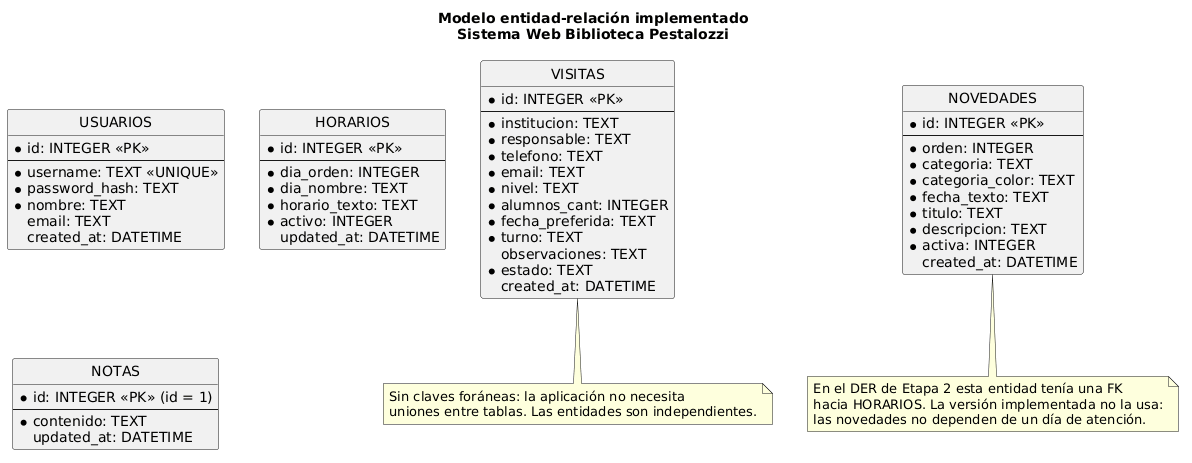
Before: docs/der/der-implementado.png, a diagram exported from PlantUML (hleopary/biblioteca-pestalozzi-web). Source of this version:
```plantuml
@startuml
hide circle
skinparam shadowing false
skinparam linetype ortho
title Modelo entidad-relación implementado\nSistema Web Biblioteca Pestalozzi

entity "USUARIOS" as usuarios {
  * id: INTEGER <<PK>>
  --
  * username: TEXT <<UNIQUE>>
  * password_hash: TEXT
  * nombre: TEXT
  email: TEXT
  created_at: DATETIME
}

entity "HORARIOS" as horarios {
  * id: INTEGER <<PK>>
  --
  * dia_orden: INTEGER
  * dia_nombre: TEXT
  * horario_texto: TEXT
  * activo: INTEGER
  updated_at: DATETIME
}

entity "VISITAS" as visitas {
  * id: INTEGER <<PK>>
  --
  * institucion: TEXT
  * responsable: TEXT
  * telefono: TEXT
  * email: TEXT
  * nivel: TEXT
  * alumnos_cant: INTEGER
  * fecha_preferida: TEXT
  * turno: TEXT
  observaciones: TEXT
  * estado: TEXT
  created_at: DATETIME
}

entity "NOVEDADES" as novedades {
  * id: INTEGER <<PK>>
  --
  * orden: INTEGER
  * categoria: TEXT
  * categoria_color: TEXT
  * fecha_texto: TEXT
  * titulo: TEXT
  * descripcion: TEXT
  * activa: INTEGER
  created_at: DATETIME
}

entity "NOTAS" as notas {
  * id: INTEGER <<PK>> (id = 1)
  --
  * contenido: TEXT
  updated_at: DATETIME
}

note bottom of visitas
  Sin claves foráneas: la aplicación no necesita
  uniones entre tablas. Las entidades son independientes.
end note

note bottom of novedades
  En el DER de Etapa 2 esta entidad tenía una FK
  hacia HORARIOS. La versión implementada no la usa:
  las novedades no dependen de un día de atención.
end note

@enduml
```
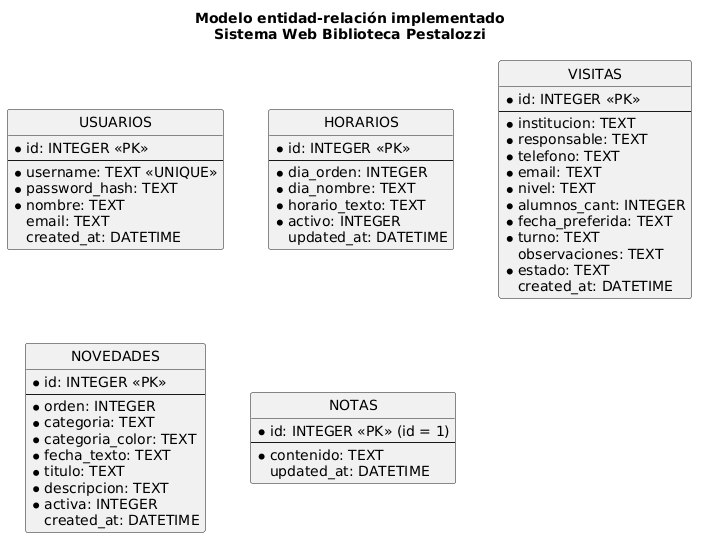
The same file after the commit.

Commit message:
docs(manual): manual técnico con arquitectura, DER, instalación y pruebas

Change to the diagram source:
```diff
@@ -2,6 +2,9 @@
 hide circle
 skinparam shadowing false
 skinparam linetype ortho
+skinparam defaultFontSize 14
+skinparam nodesep 45
+skinparam ranksep 45
 title Modelo entidad-relación implementado\nSistema Web Biblioteca Pestalozzi
 
 entity "USUARIOS" as usuarios {
@@ -60,15 +63,4 @@
   updated_at: DATETIME
 }
 
-note bottom of visitas
-  Sin claves foráneas: la aplicación no necesita
-  uniones entre tablas. Las entidades son independientes.
-end note
-
-note bottom of novedades
-  En el DER de Etapa 2 esta entidad tenía una FK
-  hacia HORARIOS. La versión implementada no la usa:
-  las novedades no dependen de un día de atención.
-end note
-
 @enduml
```
